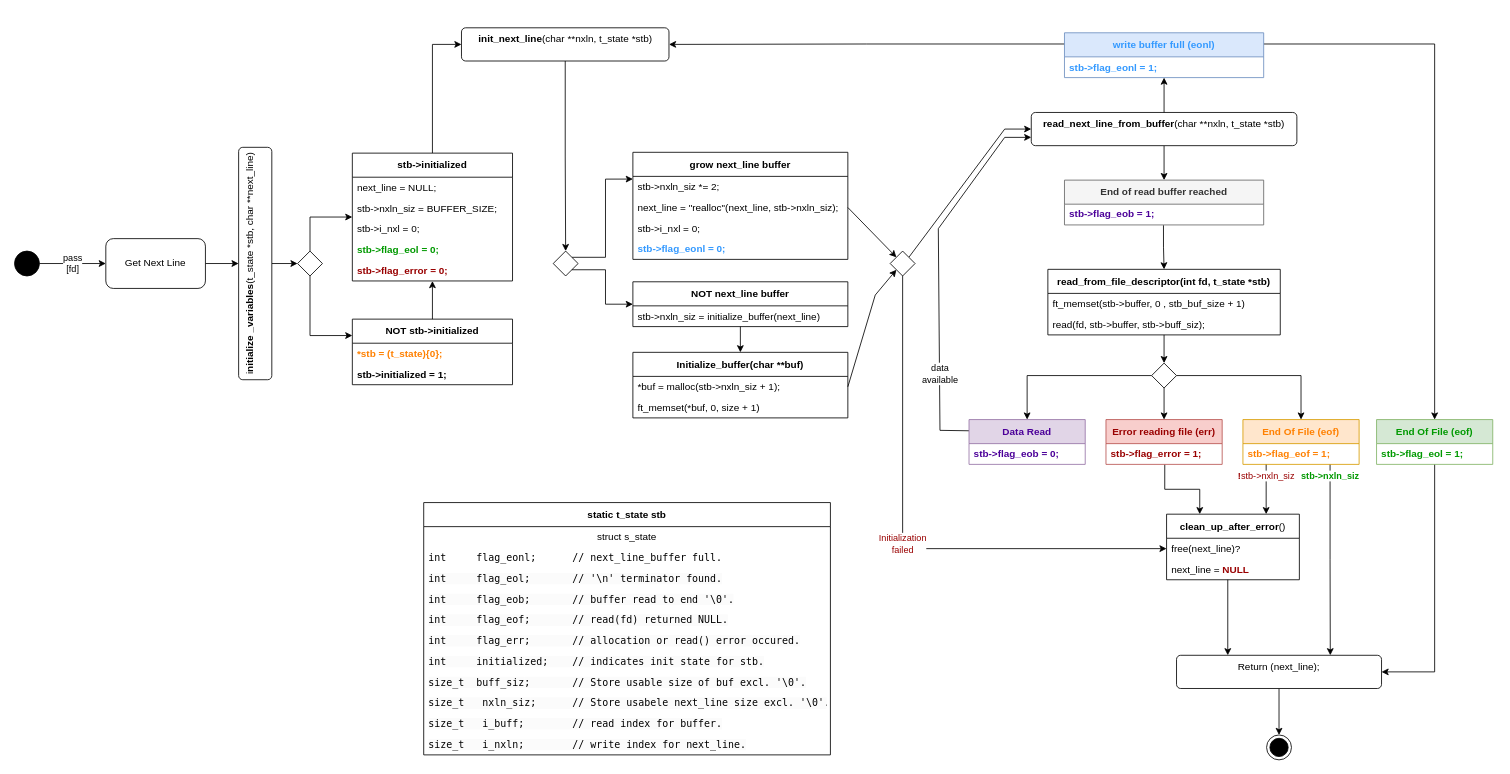
Earlier version of the draw.io diagram page "Machine state" (2 of 3) of gnl_state_diagram.drawio (kuilboer/get_next_line). Source tidied: cells renumbered, new cells numbered last; positions are measured from the earlier drawing's top-left corner, leaving out a move shared by most shapes. Both pictures are drawn from the tidied source at 83%, with x=0, y=0 at pixel (14, 27).
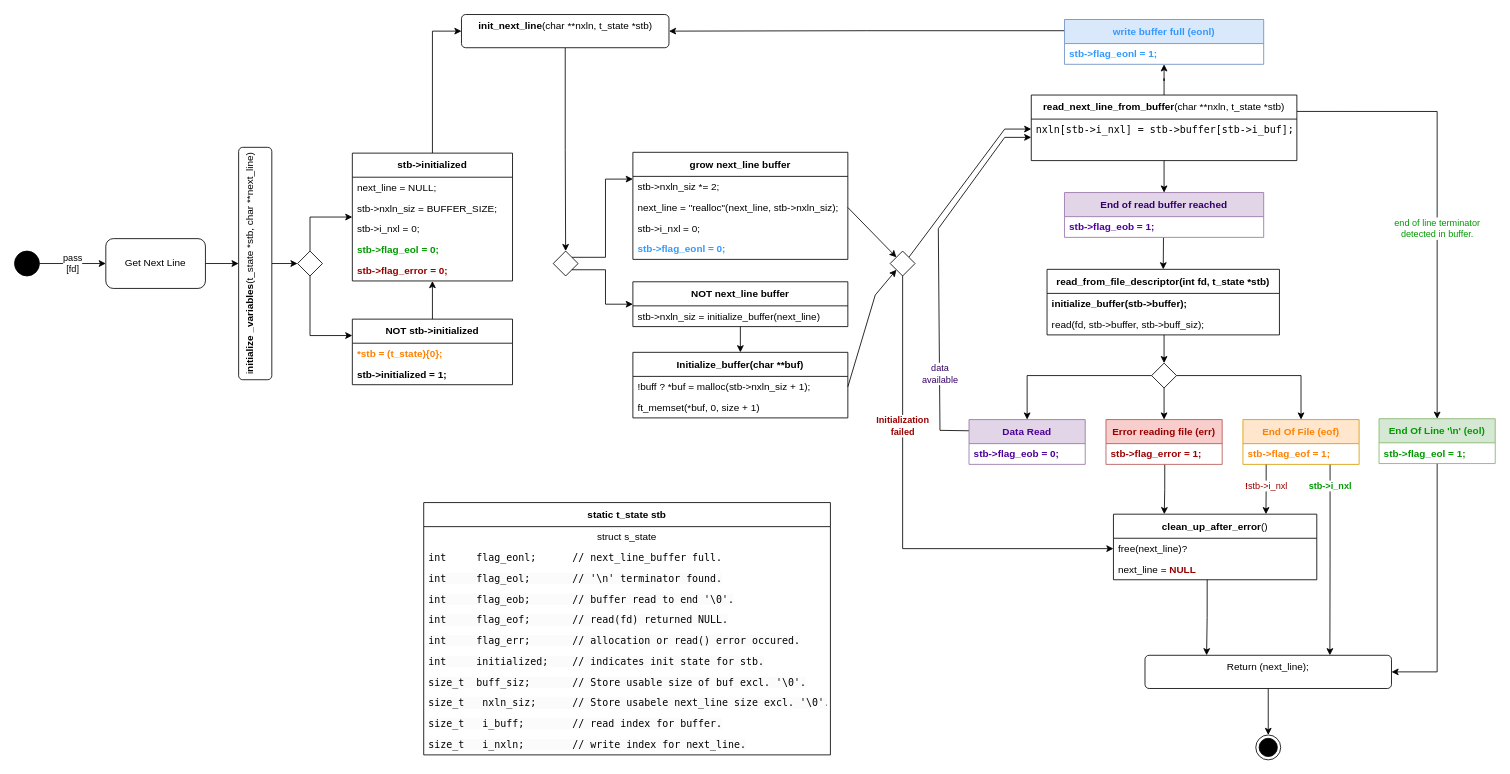
Above is the later version.

Unchanged cells that the change refers to:
```xml
<mxCell id="4" value="End Of File (eof)" style="swimlane;fontStyle=1;align=center;verticalAlign=middle;horizontal=1;startSize=29;html=1;whiteSpace=wrap;fillColor=#ffe6cc;strokeColor=#d79b00;fontColor=#FF8000;" parent="1" vertex="1">
  <mxGeometry x="1480" y="472" width="140" height="54" as="geometry" />
</mxCell>
<mxCell id="5" value="&lt;b&gt;&lt;font style=&quot;color: rgb(255, 128, 0);&quot;&gt;stb-&amp;gt;flag_eof = 1;&lt;/font&gt;&lt;/b&gt;" style="text;html=1;strokeColor=none;fillColor=none;align=left;verticalAlign=middle;spacingLeft=4;spacingRight=4;overflow=hidden;points=[[0,0.5],[1,0.5]];portConstraint=eastwest;whiteSpace=wrap;" parent="4" vertex="1">
  <mxGeometry y="29" width="140" height="25" as="geometry" />
</mxCell>
<mxCell id="7" value="&lt;font style=&quot;color: rgb(76, 0, 153);&quot;&gt;Data Read&lt;/font&gt;" style="swimlane;fontStyle=1;align=center;verticalAlign=middle;horizontal=1;startSize=29;html=1;whiteSpace=wrap;fillColor=#e1d5e7;strokeColor=#9673a6;" parent="1" vertex="1">
  <mxGeometry x="1150" y="472" width="140" height="54" as="geometry" />
</mxCell>
<mxCell id="33" style="rhombus;" parent="1" vertex="1">
  <mxGeometry x="1055" y="269" width="30" height="30" as="geometry" />
</mxCell>
<mxCell id="53" value="Initialize_buffer(char **buf)" style="swimlane;fontStyle=1;align=center;verticalAlign=middle;horizontal=1;startSize=29;html=1;whiteSpace=wrap;" parent="1" vertex="1">
  <mxGeometry x="745" y="391" width="259" height="79" as="geometry" />
</mxCell>
```

The edit, as a diff of the source:
```diff
@@
-    <mxCell id="2" value="&lt;b&gt;!&lt;/b&gt;stb-&amp;gt;nxln_siz" style="edgeStyle=orthogonalEdgeStyle;rounded=0;jettySize=auto;html=1;exitX=0.2;exitY=0.99;exitDx=0;exitDy=0;entryX=0.75;entryY=0;entryDx=0;entryDy=0;fontColor=#990000;exitPerimeter=0;" parent="1" edge="1" source="5" target="49">
-      <mxGeometry x="-0.53" relative="1" as="geometry" />
+    <mxCell id="2" value="&lt;b&gt;!&lt;/b&gt;stb-&amp;gt;i_nxl" style="edgeStyle=orthogonalEdgeStyle;rounded=0;jettySize=auto;html=1;exitX=0.2;exitY=0.99;exitDx=0;exitDy=0;entryX=0.75;entryY=0;entryDx=0;entryDy=0;fontColor=#990000;exitPerimeter=0;" parent="1" edge="1" source="5" target="49">
+      <mxGeometry x="-0.13" relative="1" as="geometry" />
     </mxCell>
-    <mxCell id="3" value="&lt;font style=&quot;color: rgb(0, 153, 0);&quot;&gt;&lt;b&gt;stb-&amp;gt;nxln_siz&lt;/b&gt;&lt;/font&gt;" style="edgeStyle=orthogonalEdgeStyle;rounded=0;jettySize=auto;html=1;exitX=0.75;exitY=1;exitDx=0;exitDy=0;entryX=0.75;entryY=0;entryDx=0;entryDy=0;" parent="1" edge="1" source="4" target="36">
-      <mxGeometry x="-0.88" relative="1" as="geometry" />
+    <mxCell id="3" value="&lt;font style=&quot;color: rgb(0, 153, 0);&quot;&gt;&lt;b&gt;stb-&amp;gt;i_nxl&lt;/b&gt;&lt;/font&gt;" style="edgeStyle=orthogonalEdgeStyle;rounded=0;jettySize=auto;html=1;exitX=0.75;exitY=1;exitDx=0;exitDy=0;entryX=0.75;entryY=0;entryDx=0;entryDy=0;" parent="1" edge="1" source="4" target="36">
+      <mxGeometry x="-0.77" relative="1" as="geometry" />
     </mxCell>
@@
-    <mxCell id="6" value="data&lt;div&gt;available&lt;/div&gt;" style="rounded=0;jettySize=auto;html=1;exitX=0;exitY=0.25;exitDx=0;exitDy=0;entryX=0;entryY=0.75;entryDx=0;entryDy=0;" parent="1" edge="1" source="7" target="73">
+    <mxCell id="6" value="data&lt;div&gt;available&lt;/div&gt;" style="rounded=0;jettySize=auto;html=1;exitX=0;exitY=0.25;exitDx=0;exitDy=0;entryX=0;entryY=0.75;entryDx=0;entryDy=0;fontColor=#330066;" parent="1" edge="1" source="7">
       <mxGeometry x="-0.54" y="-1" relative="1" as="geometry">
+        <mxPoint x="1225" y="132" as="targetPoint" />
         <Array as="points">
           <mxPoint x="1115" y="485" />
           <mxPoint x="1113" y="242" />
           <mxPoint x="1193" y="132" />
         </Array>
       </mxGeometry>
     </mxCell>
@@
     <mxCell id="30" style="ellipse;html=1;shape=endState;fillColor=strokeColor;" parent="1" vertex="1">
-      <mxGeometry x="1508.5" y="852" width="30" height="30" as="geometry" />
+      <mxGeometry x="1495.5" y="852" width="30" height="30" as="geometry" />
     </mxCell>
-    <mxCell id="31" value="Initialization&lt;div&gt;failed&lt;/div&gt;" style="edgeStyle=orthogonalEdgeStyle;rounded=0;jettySize=auto;html=1;exitX=0.5;exitY=1;exitDx=0;exitDy=0;entryX=0;entryY=0.5;entryDx=0;entryDy=0;fontColor=#990000;" parent="1" edge="1" source="33" target="50">
-      <mxGeometry relative="1" as="geometry" />
+    <mxCell id="31" value="Initialization&lt;div&gt;failed&lt;/div&gt;" style="edgeStyle=orthogonalEdgeStyle;rounded=0;jettySize=auto;html=1;exitX=0.5;exitY=1;exitDx=0;exitDy=0;entryX=0;entryY=0.5;entryDx=0;entryDy=0;fontColor=#990000;fontStyle=1;" parent="1" edge="1" source="33" target="50">
+      <mxGeometry x="-0.38" relative="1" as="geometry" />
     </mxCell>
-    <mxCell id="32" style="rounded=0;jettySize=auto;html=1;exitX=1;exitY=0;exitDx=0;exitDy=0;entryX=0;entryY=0.5;entryDx=0;entryDy=0;" parent="1" edge="1" source="33" target="73">
+    <mxCell id="32" style="rounded=0;jettySize=auto;html=1;exitX=1;exitY=0;exitDx=0;exitDy=0;entryX=0;entryY=0.5;entryDx=0;entryDy=0;" parent="1" edge="1" source="33">
       <mxGeometry relative="1" as="geometry">
+        <mxPoint x="1225" y="122" as="targetPoint" />
         <Array as="points">
           <mxPoint x="1193" y="122" />
         </Array>
       </mxGeometry>
     </mxCell>
@@
     <mxCell id="36" value="Return (next_line);" style="html=1;align=center;verticalAlign=top;rounded=1;absoluteArcSize=1;arcSize=10;dashed=0;whiteSpace=wrap;fontColor=#000000;fontStyle=0;" parent="1" vertex="1">
-      <mxGeometry x="1400" y="756" width="247" height="40" as="geometry" />
+      <mxGeometry x="1362" y="756" width="297" height="40" as="geometry" />
     </mxCell>
@@
     <mxCell id="49" value="clean_up_after_error&lt;span style=&quot;font-weight: normal;&quot;&gt;()&lt;/span&gt;" style="swimlane;fontStyle=1;align=center;verticalAlign=middle;horizontal=1;startSize=29;html=1;whiteSpace=wrap;" parent="1" vertex="1">
-      <mxGeometry x="1388" y="586" width="160" height="79" as="geometry" />
+      <mxGeometry x="1324" y="586" width="245" height="79" as="geometry" />
     </mxCell>
     <mxCell id="50" value="free(next_line)?" style="text;html=1;strokeColor=none;fillColor=none;align=left;verticalAlign=middle;spacingLeft=4;spacingRight=4;overflow=hidden;points=[[0,0.5],[1,0.5]];portConstraint=eastwest;whiteSpace=wrap;" parent="49" vertex="1">
-      <mxGeometry y="29" width="160" height="25" as="geometry" />
+      <mxGeometry y="29" width="245" height="25" as="geometry" />
     </mxCell>
     <mxCell id="51" value="next_line = &lt;font style=&quot;color: rgb(153, 0, 0);&quot;&gt;&lt;b&gt;NULL&lt;/b&gt;&amp;nbsp;&lt;/font&gt;" style="text;html=1;strokeColor=none;fillColor=none;align=left;verticalAlign=middle;spacingLeft=4;spacingRight=4;overflow=hidden;points=[[0,0.5],[1,0.5]];portConstraint=eastwest;whiteSpace=wrap;" parent="49" vertex="1">
-      <mxGeometry y="54" width="160" height="25" as="geometry" />
+      <mxGeometry y="54" width="245" height="25" as="geometry" />
     </mxCell>
@@
-    <mxCell id="54" value="*buf = malloc(stb-&amp;gt;nxln_siz + 1);" style="text;html=1;strokeColor=none;fillColor=none;align=left;verticalAlign=middle;spacingLeft=4;spacingRight=4;overflow=hidden;points=[[0,0.5],[1,0.5]];portConstraint=eastwest;whiteSpace=wrap;" parent="53" vertex="1">
+    <mxCell id="54" value="!buff ? *buf = malloc(stb-&amp;gt;nxln_siz + 1);" style="text;html=1;strokeColor=none;fillColor=none;align=left;verticalAlign=middle;spacingLeft=4;spacingRight=4;overflow=hidden;points=[[0,0.5],[1,0.5]];portConstraint=eastwest;whiteSpace=wrap;" parent="53" vertex="1">
       <mxGeometry y="29" width="259" height="25" as="geometry" />
     </mxCell>
@@
     <mxCell id="57" value="&lt;b&gt;init_next_line&lt;/b&gt;(char **nxln, t_state *stb)" style="html=1;align=center;verticalAlign=top;rounded=1;absoluteArcSize=1;arcSize=10;dashed=0;whiteSpace=wrap;rotation=0;" parent="1" vertex="1">
-      <mxGeometry x="538.5" width="250" height="40" as="geometry" />
+      <mxGeometry x="538.5" y="-16" width="250" height="40" as="geometry" />
     </mxCell>
@@
-    <mxCell id="72" style="edgeStyle=orthogonalEdgeStyle;rounded=0;jettySize=auto;html=1;exitX=0.5;exitY=1;exitDx=0;exitDy=0;entryX=0.5;entryY=0;entryDx=0;entryDy=0;" parent="1" edge="1" source="73" target="79">
+    <mxCell id="72" style="edgeStyle=orthogonalEdgeStyle;rounded=0;jettySize=auto;html=1;exitX=0.5;exitY=1;exitDx=0;exitDy=0;entryX=0.5;entryY=0;entryDx=0;entryDy=0;exitPerimeter=0;" parent="1" edge="1" source="94" target="79">
       <mxGeometry relative="1" as="geometry" />
     </mxCell>
-    <mxCell id="73" value="&lt;b&gt;read_next_line_from_buffer&lt;/b&gt;(char **nxln, t_state *stb)" style="html=1;align=center;verticalAlign=top;rounded=1;absoluteArcSize=1;arcSize=10;dashed=0;whiteSpace=wrap;rotation=0;" parent="1" vertex="1">
-      <mxGeometry x="1225" y="102" width="320" height="40" as="geometry" />
-    </mxCell>
@@
-    <mxCell id="76" style="edgeStyle=orthogonalEdgeStyle;rounded=0;jettySize=auto;html=1;exitX=1;exitY=0.25;exitDx=0;exitDy=0;entryX=0.5;entryY=0;entryDx=0;entryDy=0;" parent="1" edge="1" source="77" target="91">
-      <mxGeometry relative="1" as="geometry" />
+    <mxCell id="76" value="&lt;font style=&quot;&quot;&gt;end of line terminator&lt;/font&gt;&lt;div&gt;&lt;font style=&quot;&quot;&gt;detected in buffer.&lt;/font&gt;&lt;/div&gt;" style="edgeStyle=orthogonalEdgeStyle;rounded=0;jettySize=auto;html=1;exitX=1;exitY=0.25;exitDx=0;exitDy=0;entryX=0.5;entryY=0;entryDx=0;entryDy=0;fontColor=#009900;" parent="1" edge="1" source="73" target="91">
+      <mxGeometry x="0.15" relative="1" as="geometry" />
     </mxCell>
     <mxCell id="77" value="&lt;font style=&quot;color: rgb(51, 153, 255);&quot;&gt;write buffer full (eonl)&lt;/font&gt;" style="swimlane;fontStyle=1;align=center;verticalAlign=middle;horizontal=1;startSize=29;html=1;whiteSpace=wrap;fillColor=#dae8fc;strokeColor=#6c8ebf;" parent="1" vertex="1">
-      <mxGeometry x="1265" y="6" width="240" height="54" as="geometry" />
+      <mxGeometry x="1265" y="-10" width="240" height="54" as="geometry" />
     </mxCell>
@@
-    <mxCell id="79" value="End of read buffer reached" style="swimlane;fontStyle=1;align=center;verticalAlign=middle;horizontal=1;startSize=29;html=1;whiteSpace=wrap;fillColor=#f5f5f5;fontColor=#333333;strokeColor=#666666;" parent="1" vertex="1">
-      <mxGeometry x="1265" y="183.5" width="240" height="54" as="geometry" />
+    <mxCell id="79" value="End of read buffer reached" style="swimlane;fontStyle=1;align=center;verticalAlign=middle;horizontal=1;startSize=29;html=1;whiteSpace=wrap;fillColor=#e1d5e7;strokeColor=#9673a6;fontColor=#330066;" parent="1" vertex="1">
+      <mxGeometry x="1265" y="198.5" width="240" height="54" as="geometry" />
     </mxCell>
@@
     <mxCell id="82" value="read_from_file_descriptor(int fd, t_state *stb)" style="swimlane;fontStyle=1;align=center;verticalAlign=middle;horizontal=1;startSize=29;html=1;whiteSpace=wrap;" parent="1" vertex="1">
-      <mxGeometry x="1245" y="291" width="280" height="79" as="geometry" />
+      <mxGeometry x="1244" y="291" width="280" height="79" as="geometry" />
     </mxCell>
-    <mxCell id="83" value="ft_memset(stb-&amp;gt;buffer, 0 , stb_buf_size + 1)" style="text;html=1;strokeColor=none;fillColor=none;align=left;verticalAlign=middle;spacingLeft=4;spacingRight=4;overflow=hidden;whiteSpace=wrap;" parent="82" vertex="1">
+    <mxCell id="83" value="&lt;b&gt;initialize_buffer(stb-&amp;gt;buffer);&lt;/b&gt;" style="text;html=1;strokeColor=none;fillColor=none;align=left;verticalAlign=middle;spacingLeft=4;spacingRight=4;overflow=hidden;whiteSpace=wrap;" parent="82" vertex="1">
       <mxGeometry y="29" width="280" height="25" as="geometry" />
     </mxCell>
@@
-    <mxCell id="91" value="End Of File (eof)" style="swimlane;fontStyle=1;align=center;verticalAlign=middle;horizontal=1;startSize=29;html=1;whiteSpace=wrap;fillColor=#d5e8d4;strokeColor=#82b366;fontColor=#009900;" parent="1" vertex="1">
-      <mxGeometry x="1641" y="472" width="140" height="54" as="geometry" />
+    <mxCell id="91" value="End Of Line '\n' (eol)" style="swimlane;fontStyle=1;align=center;verticalAlign=middle;horizontal=1;startSize=29;html=1;whiteSpace=wrap;fillColor=#d5e8d4;strokeColor=#82b366;fontColor=#009900;" parent="1" vertex="1">
+      <mxGeometry x="1644" y="471" width="140" height="54" as="geometry" />
     </mxCell>
@@
+    <mxCell id="73" value="read_next_line_from_buffer&lt;span style=&quot;font-weight: normal;&quot;&gt;(char **nxln, t_state *stb)&lt;/span&gt;" style="swimlane;fontStyle=1;align=center;verticalAlign=middle;horizontal=1;startSize=29;html=1;whiteSpace=wrap;" parent="1" vertex="1">
+      <mxGeometry x="1225" y="81" width="320" height="79" as="geometry" />
+    </mxCell>
+    <mxCell id="93" value="&lt;div style=&quot;font-family: &amp;quot;Droid Sans Mono&amp;quot;, &amp;quot;monospace&amp;quot;, monospace; line-height: 19px; white-space: pre;&quot;&gt;&lt;font style=&quot;color: rgb(0, 0, 0);&quot;&gt;&lt;span&gt;nxln&lt;/span&gt;[&lt;span&gt;stb&lt;/span&gt;-&amp;gt;&lt;span&gt;i_nxl&lt;/span&gt;] &lt;span&gt;=&lt;/span&gt; &lt;span&gt;stb&lt;/span&gt;-&amp;gt;&lt;span&gt;buffer&lt;/span&gt;[&lt;span&gt;stb&lt;/span&gt;-&amp;gt;&lt;span&gt;i_buf&lt;/span&gt;];&lt;/font&gt;&lt;/div&gt;" style="text;html=1;strokeColor=none;fillColor=none;align=left;verticalAlign=middle;spacingLeft=4;spacingRight=4;overflow=hidden;whiteSpace=wrap;" parent="73" vertex="1">
+      <mxGeometry y="29" width="320" height="25" as="geometry" />
+    </mxCell>
+    <mxCell id="94" style="text;html=1;strokeColor=none;fillColor=none;align=left;verticalAlign=middle;spacingLeft=4;spacingRight=4;overflow=hidden;points=[[0,0.5],[1,0.5]];portConstraint=eastwest;whiteSpace=wrap;" parent="73" vertex="1">
+      <mxGeometry y="54" width="320" height="25" as="geometry" />
+    </mxCell>
```
